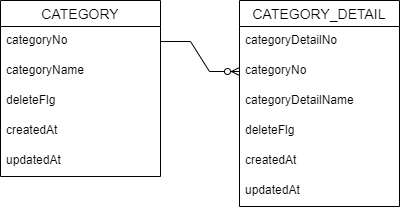
The draw.io diagram readmefiles/erd.png in Moonbyeonggeun/categoryApi, before a commit. Source tidied: cells renumbered, new cells last; positions are measured from the earlier drawing's top-left corner, leaving out a move shared by most shapes. The source it was exported from:
```xml
<mxGraphModel>
  <root>
    <mxCell id="0" />
    <mxCell id="1" parent="0" />
    <mxCell id="2" value="CATEGORY" style="swimlane;fontStyle=0;horizontal=1;startSize=26;align=center;fontSize=14;" parent="1" vertex="1">
      <mxGeometry width="160" height="176" as="geometry" />
    </mxCell>
    <mxCell id="3" value="categoryNo" style="text;strokeColor=none;fillColor=none;spacingLeft=4;spacingRight=4;overflow=hidden;points=[[0,0.5],[1,0.5]];portConstraint=eastwest;fontSize=12;" parent="2" vertex="1">
      <mxGeometry y="26" width="160" height="30" as="geometry" />
    </mxCell>
    <mxCell id="4" value="categoryName" style="text;strokeColor=none;fillColor=none;spacingLeft=4;spacingRight=4;overflow=hidden;fontSize=12;" parent="2" vertex="1">
      <mxGeometry y="56" width="160" height="30" as="geometry" />
    </mxCell>
    <mxCell id="5" value="deleteFlg" style="text;strokeColor=none;fillColor=none;spacingLeft=4;spacingRight=4;overflow=hidden;fontSize=12;" parent="2" vertex="1">
      <mxGeometry y="86" width="160" height="30" as="geometry" />
    </mxCell>
    <mxCell id="6" value="createdAt&#10;" style="text;strokeColor=none;fillColor=none;spacingLeft=4;spacingRight=4;overflow=hidden;fontSize=12;" parent="2" vertex="1">
      <mxGeometry y="116" width="160" height="30" as="geometry" />
    </mxCell>
    <mxCell id="7" value="updatedAt" style="text;strokeColor=none;fillColor=none;spacingLeft=4;spacingRight=4;overflow=hidden;fontSize=12;" parent="2" vertex="1">
      <mxGeometry y="146" width="160" height="30" as="geometry" />
    </mxCell>
    <mxCell id="8" value="CATEGORY_DETAIL" style="swimlane;fontStyle=0;horizontal=1;startSize=26;align=center;fontSize=14;" parent="1" vertex="1">
      <mxGeometry x="239" width="160" height="206" as="geometry" />
    </mxCell>
    <mxCell id="9" value="categoryDetailNo" style="text;strokeColor=none;fillColor=none;spacingLeft=4;spacingRight=4;overflow=hidden;fontSize=12;" parent="8" vertex="1">
      <mxGeometry y="26" width="160" height="30" as="geometry" />
    </mxCell>
    <mxCell id="10" value="categoryNo" style="text;strokeColor=none;fillColor=none;spacingLeft=4;spacingRight=4;overflow=hidden;points=[[0,0.5],[1,0.5]];portConstraint=eastwest;fontSize=12;" parent="8" vertex="1">
      <mxGeometry y="56" width="160" height="30" as="geometry" />
    </mxCell>
    <mxCell id="11" value="categoryDetailName" style="text;strokeColor=none;fillColor=none;spacingLeft=4;spacingRight=4;overflow=hidden;fontSize=12;" parent="8" vertex="1">
      <mxGeometry y="86" width="160" height="30" as="geometry" />
    </mxCell>
    <mxCell id="12" value="deleteFlg" style="text;strokeColor=none;fillColor=none;spacingLeft=4;spacingRight=4;overflow=hidden;fontSize=12;" parent="8" vertex="1">
      <mxGeometry y="116" width="160" height="30" as="geometry" />
    </mxCell>
    <mxCell id="13" value="createdAt" style="text;strokeColor=none;fillColor=none;spacingLeft=4;spacingRight=4;overflow=hidden;fontSize=12;" parent="8" vertex="1">
      <mxGeometry y="146" width="160" height="30" as="geometry" />
    </mxCell>
    <mxCell id="14" value="updatedAt" style="text;strokeColor=none;fillColor=none;spacingLeft=4;spacingRight=4;overflow=hidden;fontSize=12;" parent="8" vertex="1">
      <mxGeometry y="176" width="160" height="30" as="geometry" />
    </mxCell>
    <mxCell id="15" style="edgeStyle=entityRelationEdgeStyle;fontSize=12;html=1;endArrow=ERzeroToMany;endFill=1;rounded=0;exitX=1;exitY=0.5;exitDx=0;exitDy=0;entryX=0;entryY=0.5;entryDx=0;entryDy=0;" parent="1" edge="1" source="3" target="10">
      <mxGeometry relative="1" as="geometry" />
    </mxCell>
  </root>
</mxGraphModel>
```
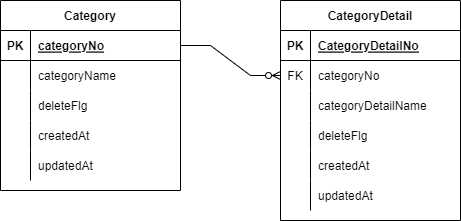
The same file after the commit.

The edit, as a diff of the source:
```diff
@@ -2,47 +2,113 @@
   <root>
     <mxCell id="0" />
     <mxCell id="1" parent="0" />
-    <mxCell id="2" value="CATEGORY" style="swimlane;fontStyle=0;horizontal=1;startSize=26;align=center;fontSize=14;" parent="1" vertex="1">
-      <mxGeometry width="160" height="176" as="geometry" />
-    </mxCell>
-    <mxCell id="3" value="categoryNo" style="text;strokeColor=none;fillColor=none;spacingLeft=4;spacingRight=4;overflow=hidden;points=[[0,0.5],[1,0.5]];portConstraint=eastwest;fontSize=12;" parent="2" vertex="1">
-      <mxGeometry y="26" width="160" height="30" as="geometry" />
-    </mxCell>
+    <mxCell id="16" value="Category" style="shape=table;startSize=30;rowLines=0;fontStyle=1;align=center;" parent="1" vertex="1">
+      <mxGeometry x="-1" y="-40" width="180" height="190" as="geometry" />
+    </mxCell>
+    <mxCell id="17" style="shape=tableRow;horizontal=0;startSize=0;swimlaneHead=0;swimlaneBody=0;fillColor=none;points=[[0,0.5],[1,0.5]];portConstraint=eastwest;top=0;left=0;right=0;bottom=1;" parent="16" vertex="1">
+      <mxGeometry y="30" width="180" height="30" as="geometry" />
+    </mxCell>
+    <mxCell id="18" value="PK" style="shape=partialRectangle;fillColor=none;top=0;left=0;bottom=0;right=0;fontStyle=1;overflow=hidden;" parent="17" vertex="1">
+      <mxGeometry width="30" height="30" as="geometry" />
+    </mxCell>
+    <mxCell id="19" value="categoryNo" style="shape=partialRectangle;fillColor=none;top=0;left=0;bottom=0;right=0;align=left;spacingLeft=6;fontStyle=5;overflow=hidden;" parent="17" vertex="1">
+      <mxGeometry x="30" width="150" height="30" as="geometry" />
+    </mxCell>
+    <mxCell id="20" style="shape=tableRow;horizontal=0;startSize=0;swimlaneHead=0;swimlaneBody=0;fillColor=none;top=0;left=0;right=0;bottom=0;" parent="16" vertex="1">
+      <mxGeometry y="60" width="180" height="30" as="geometry" />
+    </mxCell>
+    <mxCell id="21" style="shape=partialRectangle;fillColor=none;top=0;left=0;bottom=0;right=0;overflow=hidden;" parent="20" vertex="1">
+      <mxGeometry width="30" height="30" as="geometry" />
+    </mxCell>
-    <mxCell id="4" value="categoryName" style="text;strokeColor=none;fillColor=none;spacingLeft=4;spacingRight=4;overflow=hidden;fontSize=12;" parent="2" vertex="1">
-      <mxGeometry y="56" width="160" height="30" as="geometry" />
+    <mxCell id="4" value="categoryName" style="shape=partialRectangle;fillColor=none;top=0;left=0;bottom=0;right=0;align=left;spacingLeft=6;overflow=hidden;" parent="20" vertex="1">
+      <mxGeometry x="30" width="150" height="30" as="geometry" />
     </mxCell>
-    <mxCell id="5" value="deleteFlg" style="text;strokeColor=none;fillColor=none;spacingLeft=4;spacingRight=4;overflow=hidden;fontSize=12;" parent="2" vertex="1">
-      <mxGeometry y="86" width="160" height="30" as="geometry" />
-    </mxCell>
-    <mxCell id="6" value="createdAt&#10;" style="text;strokeColor=none;fillColor=none;spacingLeft=4;spacingRight=4;overflow=hidden;fontSize=12;" parent="2" vertex="1">
-      <mxGeometry y="116" width="160" height="30" as="geometry" />
-    </mxCell>
-    <mxCell id="7" value="updatedAt" style="text;strokeColor=none;fillColor=none;spacingLeft=4;spacingRight=4;overflow=hidden;fontSize=12;" parent="2" vertex="1">
-      <mxGeometry y="146" width="160" height="30" as="geometry" />
-    </mxCell>
-    <mxCell id="8" value="CATEGORY_DETAIL" style="swimlane;fontStyle=0;horizontal=1;startSize=26;align=center;fontSize=14;" parent="1" vertex="1">
-      <mxGeometry x="239" width="160" height="206" as="geometry" />
-    </mxCell>
-    <mxCell id="9" value="categoryDetailNo" style="text;strokeColor=none;fillColor=none;spacingLeft=4;spacingRight=4;overflow=hidden;fontSize=12;" parent="8" vertex="1">
-      <mxGeometry y="26" width="160" height="30" as="geometry" />
-    </mxCell>
-    <mxCell id="10" value="categoryNo" style="text;strokeColor=none;fillColor=none;spacingLeft=4;spacingRight=4;overflow=hidden;points=[[0,0.5],[1,0.5]];portConstraint=eastwest;fontSize=12;" parent="8" vertex="1">
-      <mxGeometry y="56" width="160" height="30" as="geometry" />
-    </mxCell>
+    <mxCell id="22" style="shape=tableRow;horizontal=0;startSize=0;swimlaneHead=0;swimlaneBody=0;fillColor=none;top=0;left=0;right=0;bottom=0;" parent="16" vertex="1">
+      <mxGeometry y="90" width="180" height="30" as="geometry" />
+    </mxCell>
+    <mxCell id="23" style="shape=partialRectangle;fillColor=none;top=0;left=0;bottom=0;right=0;overflow=hidden;" parent="22" vertex="1">
+      <mxGeometry width="30" height="30" as="geometry" />
+    </mxCell>
+    <mxCell id="24" value="deleteFlg" style="shape=partialRectangle;fillColor=none;top=0;left=0;bottom=0;right=0;align=left;spacingLeft=6;overflow=hidden;" parent="22" vertex="1">
+      <mxGeometry x="30" width="150" height="30" as="geometry" />
+    </mxCell>
+    <mxCell id="25" style="shape=tableRow;horizontal=0;startSize=0;swimlaneHead=0;swimlaneBody=0;fillColor=none;top=0;left=0;right=0;bottom=0;" parent="16" vertex="1">
+      <mxGeometry y="120" width="180" height="30" as="geometry" />
+    </mxCell>
+    <mxCell id="26" style="shape=partialRectangle;fillColor=none;top=0;left=0;bottom=0;right=0;overflow=hidden;" parent="25" vertex="1">
+      <mxGeometry width="30" height="30" as="geometry" />
+    </mxCell>
+    <mxCell id="27" value="createdAt" style="shape=partialRectangle;fillColor=none;top=0;left=0;bottom=0;right=0;align=left;spacingLeft=6;overflow=hidden;" parent="25" vertex="1">
+      <mxGeometry x="30" width="150" height="30" as="geometry" />
+    </mxCell>
+    <mxCell id="28" style="shape=tableRow;horizontal=0;startSize=0;swimlaneHead=0;swimlaneBody=0;fillColor=none;top=0;left=0;right=0;bottom=0;" parent="16" vertex="1">
+      <mxGeometry y="150" width="180" height="30" as="geometry" />
+    </mxCell>
+    <mxCell id="29" style="shape=partialRectangle;fillColor=none;top=0;left=0;bottom=0;right=0;overflow=hidden;" parent="28" vertex="1">
+      <mxGeometry width="30" height="30" as="geometry" />
+    </mxCell>
+    <mxCell id="30" value="updatedAt" style="shape=partialRectangle;fillColor=none;top=0;left=0;bottom=0;right=0;align=left;spacingLeft=6;overflow=hidden;" parent="28" vertex="1">
+      <mxGeometry x="30" width="150" height="30" as="geometry" />
+    </mxCell>
+    <mxCell id="31" value="CategoryDetail" style="shape=table;startSize=30;rowLines=0;fontStyle=1;align=center;" parent="1" vertex="1">
+      <mxGeometry x="279" y="-40" width="180" height="220" as="geometry" />
+    </mxCell>
+    <mxCell id="32" style="shape=tableRow;horizontal=0;startSize=0;swimlaneHead=0;swimlaneBody=0;fillColor=none;top=0;left=0;right=0;bottom=1;" parent="31" vertex="1">
+      <mxGeometry y="30" width="180" height="30" as="geometry" />
+    </mxCell>
+    <mxCell id="33" value="PK" style="shape=partialRectangle;fillColor=none;top=0;left=0;bottom=0;right=0;fontStyle=1;overflow=hidden;" parent="32" vertex="1">
+      <mxGeometry width="30" height="30" as="geometry" />
+    </mxCell>
+    <mxCell id="34" value="CategoryDetailNo" style="shape=partialRectangle;fillColor=none;top=0;left=0;bottom=0;right=0;align=left;spacingLeft=6;fontStyle=5;overflow=hidden;" parent="32" vertex="1">
+      <mxGeometry x="30" width="150" height="30" as="geometry" />
+    </mxCell>
+    <mxCell id="35" style="shape=tableRow;horizontal=0;startSize=0;swimlaneHead=0;swimlaneBody=0;fillColor=none;points=[[0,0.5],[1,0.5]];portConstraint=eastwest;top=0;left=0;right=0;bottom=0;" parent="31" vertex="1">
+      <mxGeometry y="60" width="180" height="30" as="geometry" />
+    </mxCell>
+    <mxCell id="36" value="FK" style="shape=partialRectangle;fillColor=none;top=0;left=0;bottom=0;right=0;overflow=hidden;" parent="35" vertex="1">
+      <mxGeometry width="30" height="30" as="geometry" />
+    </mxCell>
+    <mxCell id="37" value="categoryNo" style="shape=partialRectangle;fillColor=none;top=0;left=0;bottom=0;right=0;align=left;spacingLeft=6;overflow=hidden;" parent="35" vertex="1">
+      <mxGeometry x="30" width="150" height="30" as="geometry" />
+    </mxCell>
+    <mxCell id="38" style="shape=tableRow;horizontal=0;startSize=0;swimlaneHead=0;swimlaneBody=0;fillColor=none;top=0;left=0;right=0;bottom=0;" parent="31" vertex="1">
+      <mxGeometry y="90" width="180" height="30" as="geometry" />
+    </mxCell>
+    <mxCell id="39" style="shape=partialRectangle;fillColor=none;top=0;left=0;bottom=0;right=0;overflow=hidden;" parent="38" vertex="1">
+      <mxGeometry width="30" height="30" as="geometry" />
+    </mxCell>
-    <mxCell id="11" value="categoryDetailName" style="text;strokeColor=none;fillColor=none;spacingLeft=4;spacingRight=4;overflow=hidden;fontSize=12;" parent="8" vertex="1">
-      <mxGeometry y="86" width="160" height="30" as="geometry" />
+    <mxCell id="11" value="categoryDetailName" style="shape=partialRectangle;fillColor=none;top=0;left=0;bottom=0;right=0;align=left;spacingLeft=6;overflow=hidden;" parent="38" vertex="1">
+      <mxGeometry x="30" width="150" height="30" as="geometry" />
     </mxCell>
-    <mxCell id="12" value="deleteFlg" style="text;strokeColor=none;fillColor=none;spacingLeft=4;spacingRight=4;overflow=hidden;fontSize=12;" parent="8" vertex="1">
-      <mxGeometry y="116" width="160" height="30" as="geometry" />
-    </mxCell>
-    <mxCell id="13" value="createdAt" style="text;strokeColor=none;fillColor=none;spacingLeft=4;spacingRight=4;overflow=hidden;fontSize=12;" parent="8" vertex="1">
-      <mxGeometry y="146" width="160" height="30" as="geometry" />
-    </mxCell>
-    <mxCell id="14" value="updatedAt" style="text;strokeColor=none;fillColor=none;spacingLeft=4;spacingRight=4;overflow=hidden;fontSize=12;" parent="8" vertex="1">
-      <mxGeometry y="176" width="160" height="30" as="geometry" />
-    </mxCell>
-    <mxCell id="15" style="edgeStyle=entityRelationEdgeStyle;fontSize=12;html=1;endArrow=ERzeroToMany;endFill=1;rounded=0;exitX=1;exitY=0.5;exitDx=0;exitDy=0;entryX=0;entryY=0.5;entryDx=0;entryDy=0;" parent="1" edge="1" source="3" target="10">
-      <mxGeometry relative="1" as="geometry" />
-    </mxCell>
+    <mxCell id="40" style="shape=tableRow;horizontal=0;startSize=0;swimlaneHead=0;swimlaneBody=0;fillColor=none;top=0;left=0;right=0;bottom=0;" parent="31" vertex="1">
+      <mxGeometry y="120" width="180" height="30" as="geometry" />
+    </mxCell>
+    <mxCell id="41" style="shape=partialRectangle;fillColor=none;top=0;left=0;bottom=0;right=0;overflow=hidden;" parent="40" vertex="1">
+      <mxGeometry width="30" height="30" as="geometry" />
+    </mxCell>
+    <mxCell id="42" value="deleteFlg" style="shape=partialRectangle;fillColor=none;top=0;left=0;bottom=0;right=0;align=left;spacingLeft=6;overflow=hidden;" parent="40" vertex="1">
+      <mxGeometry x="30" width="150" height="30" as="geometry" />
+    </mxCell>
+    <mxCell id="43" style="shape=tableRow;horizontal=0;startSize=0;swimlaneHead=0;swimlaneBody=0;fillColor=none;top=0;left=0;right=0;bottom=0;" parent="31" vertex="1">
+      <mxGeometry y="150" width="180" height="30" as="geometry" />
+    </mxCell>
+    <mxCell id="44" style="shape=partialRectangle;fillColor=none;top=0;left=0;bottom=0;right=0;overflow=hidden;" parent="43" vertex="1">
+      <mxGeometry width="30" height="30" as="geometry" />
+    </mxCell>
+    <mxCell id="45" value="createdAt" style="shape=partialRectangle;fillColor=none;top=0;left=0;bottom=0;right=0;align=left;spacingLeft=6;overflow=hidden;" parent="43" vertex="1">
+      <mxGeometry x="30" width="150" height="30" as="geometry" />
+    </mxCell>
+    <mxCell id="46" style="shape=tableRow;horizontal=0;startSize=0;swimlaneHead=0;swimlaneBody=0;fillColor=none;top=0;left=0;right=0;bottom=0;" parent="31" vertex="1">
+      <mxGeometry y="180" width="180" height="30" as="geometry" />
+    </mxCell>
+    <mxCell id="47" style="shape=partialRectangle;fillColor=none;top=0;left=0;bottom=0;right=0;overflow=hidden;" parent="46" vertex="1">
+      <mxGeometry width="30" height="30" as="geometry" />
+    </mxCell>
+    <mxCell id="48" value="updatedAt" style="shape=partialRectangle;fillColor=none;top=0;left=0;bottom=0;right=0;align=left;spacingLeft=6;overflow=hidden;" parent="46" vertex="1">
+      <mxGeometry x="30" width="150" height="30" as="geometry" />
+    </mxCell>
+    <mxCell id="49" style="edgeStyle=entityRelationEdgeStyle;fontSize=12;html=1;endArrow=ERzeroToMany;endFill=1;rounded=0;exitX=1;exitY=0.5;exitDx=0;exitDy=0;entryX=0;entryY=0.5;entryDx=0;entryDy=0;" parent="1" edge="1" source="17" target="35">
+      <mxGeometry relative="1" as="geometry" />
+    </mxCell>
   </root>
 </mxGraphModel>
```
